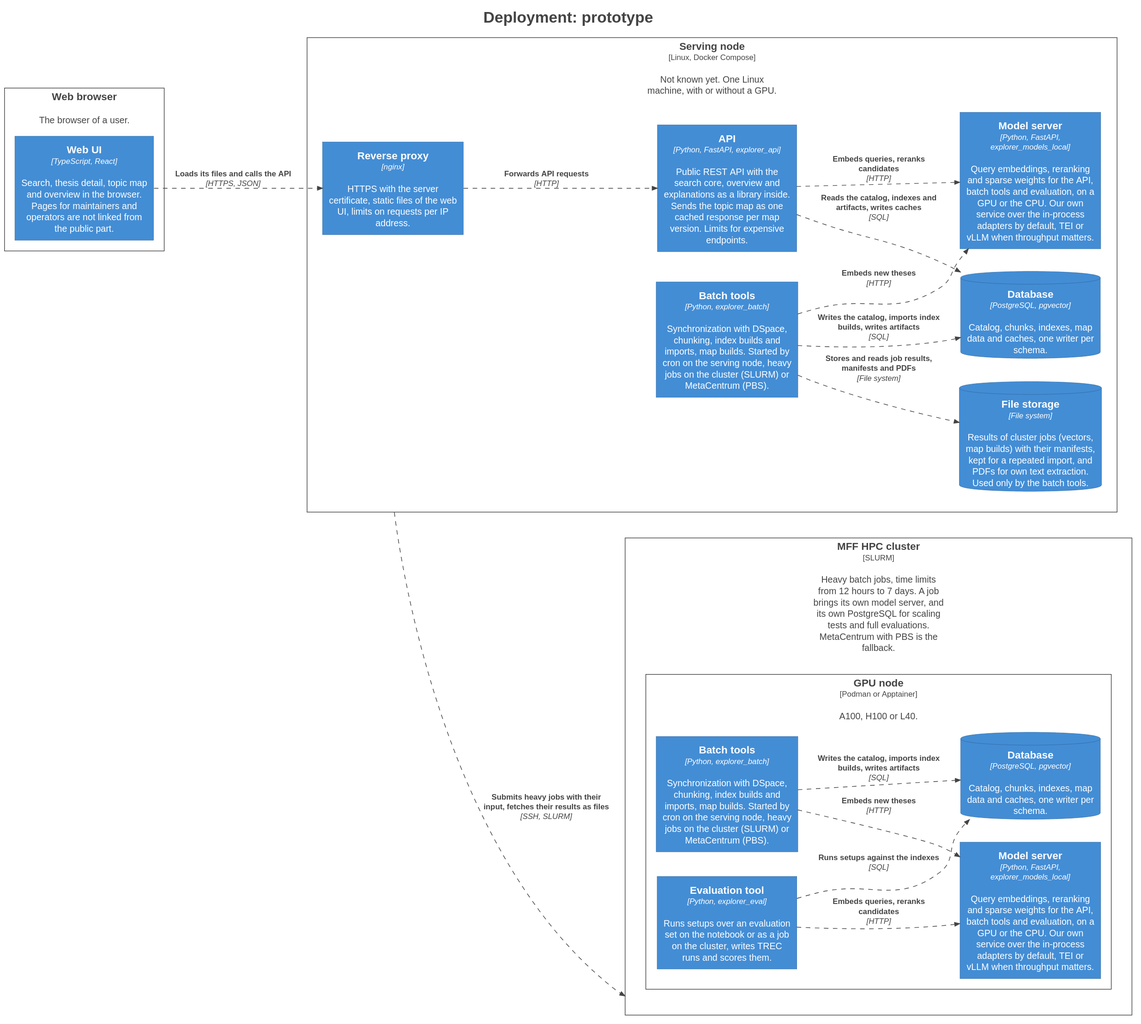
Earlier version of the PlantUML export docs/diagrams/deployment-prototype.svg (dracekmartin/cuni-theses-explorer).
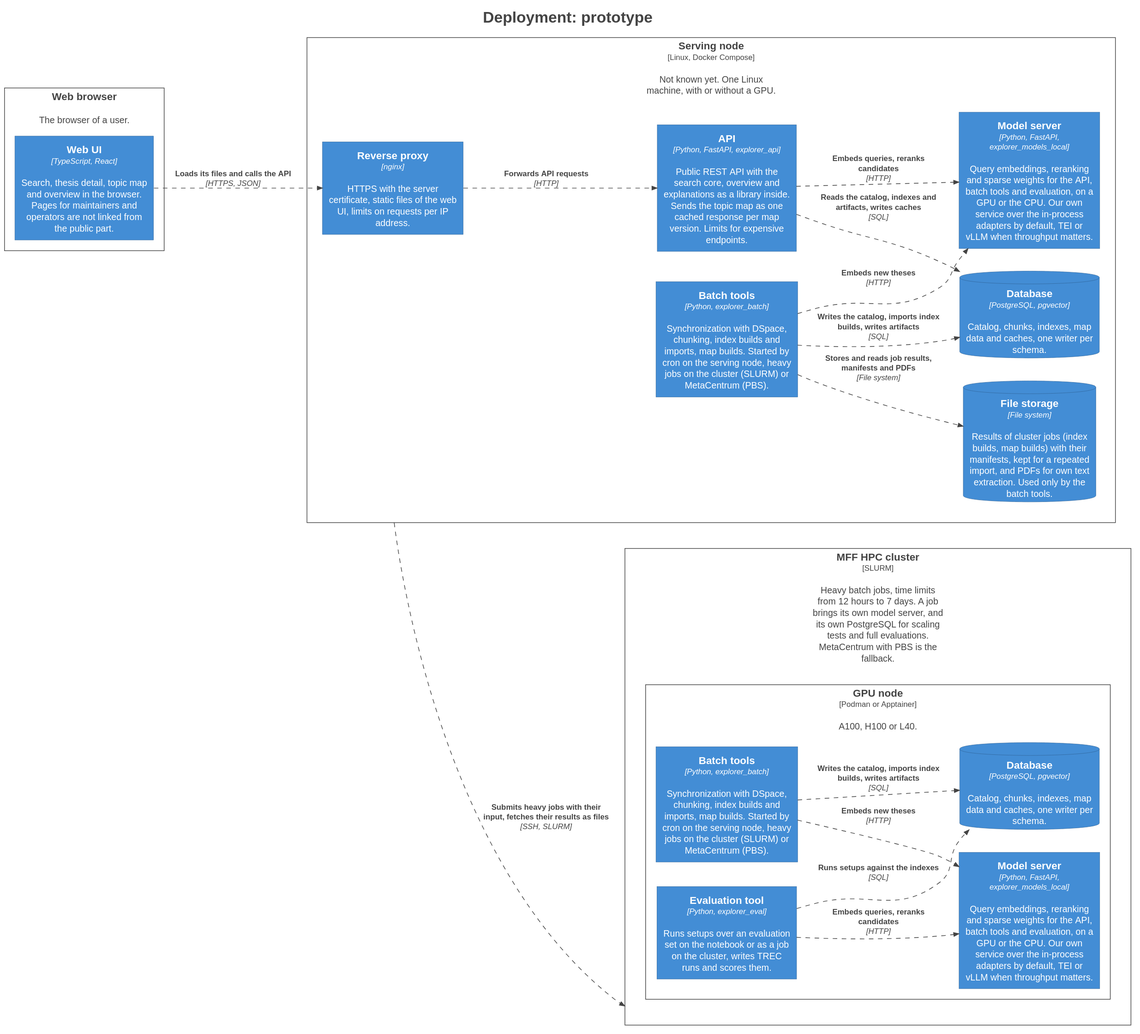
After the change.

What changed in the source:
```diff
@@ -31,7 +31,7 @@
   Container(Prototype.Servingnode.API_1, "API", $techn="Python, FastAPI, explorer_api", $descr="Public REST API with the search core, overview and explanations as a library inside. Sends the topic map as one cached response per map version. Limits for expensive endpoints.", $tags="Container", $link="")
   Container(Prototype.Servingnode.Modelserver_1, "Model server", $techn="Python, FastAPI, explorer_models_local", $descr="Query embeddings, reranking and sparse weights for the API, batch tools and evaluation, on a GPU or the CPU. Our own service over the in-process adapters by default, TEI or vLLM when throughput matters.", $tags="Container", $link="")
   ContainerDb(Prototype.Servingnode.Database_1, "Database", $techn="PostgreSQL, pgvector", $descr="Catalog, chunks, indexes, map data and caches, one writer per schema.", $tags="Container,Database", $link="")
-  ContainerDb(Prototype.Servingnode.Filestorage_1, "File storage", $techn="File system", $descr="Results of cluster jobs (vectors, map builds) with their manifests, kept for a repeated import, and PDFs for own text extraction. Used only by the batch tools.", $tags="Container,Database", $link="")
+  ContainerDb(Prototype.Servingnode.Filestorage_1, "File storage", $techn="File system", $descr="Results of cluster jobs (index builds, map builds) with their manifests, kept for a repeated import, and PDFs for own text extraction. Used only by the batch tools.", $tags="Container,Database", $link="")
   Container(Prototype.Servingnode.Batchtools_1, "Batch tools", $techn="Python, explorer_batch", $descr="Synchronization with DSpace, chunking, index builds and imports, map builds. Started by cron on the serving node, heavy jobs on the cluster (SLURM) or MetaCentrum (PBS).", $tags="Container", $link="")
 }
 
```
